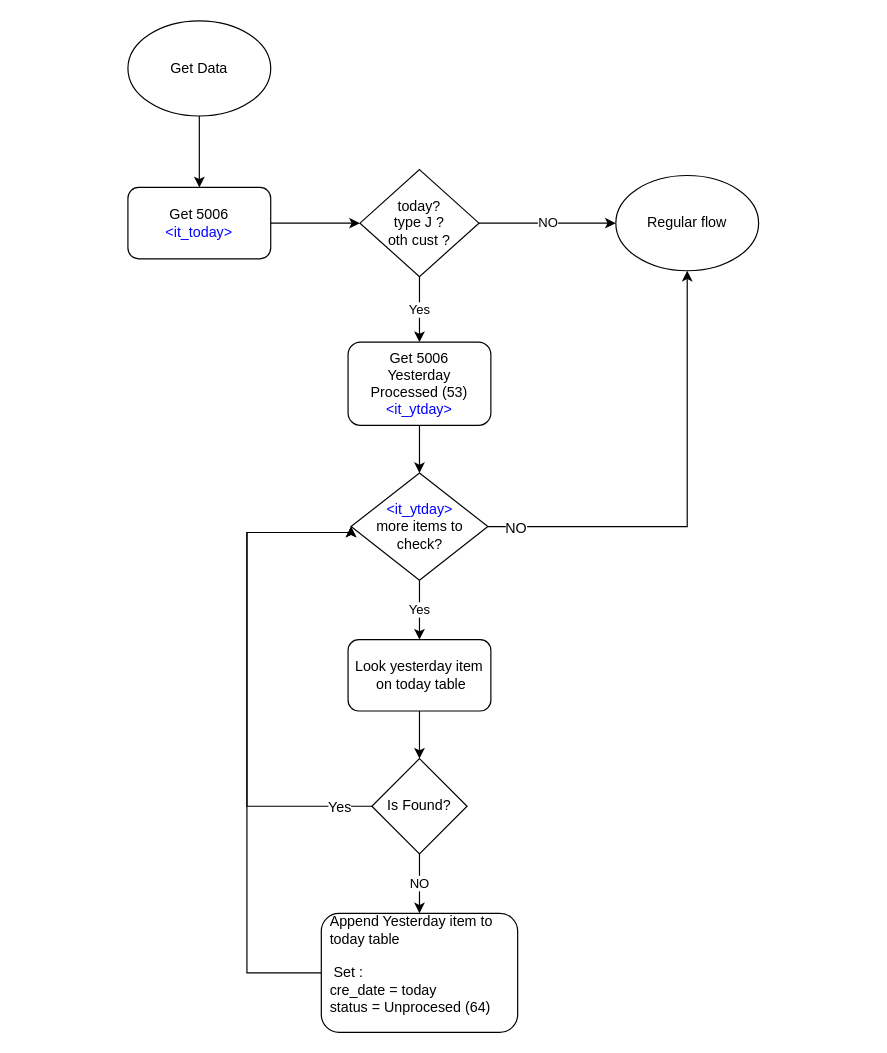
Before: Protection OthCust no info.drawio in renemaldonado/MMX, a draw.io diagram. Source tidied: cells renumbered, new cells numbered last; positions are measured from the earlier drawing's top-left corner, leaving out a move shared by most shapes. Both pictures are drawn from the tidied source at 119%, with x=0, y=0 at pixel (127, 20).
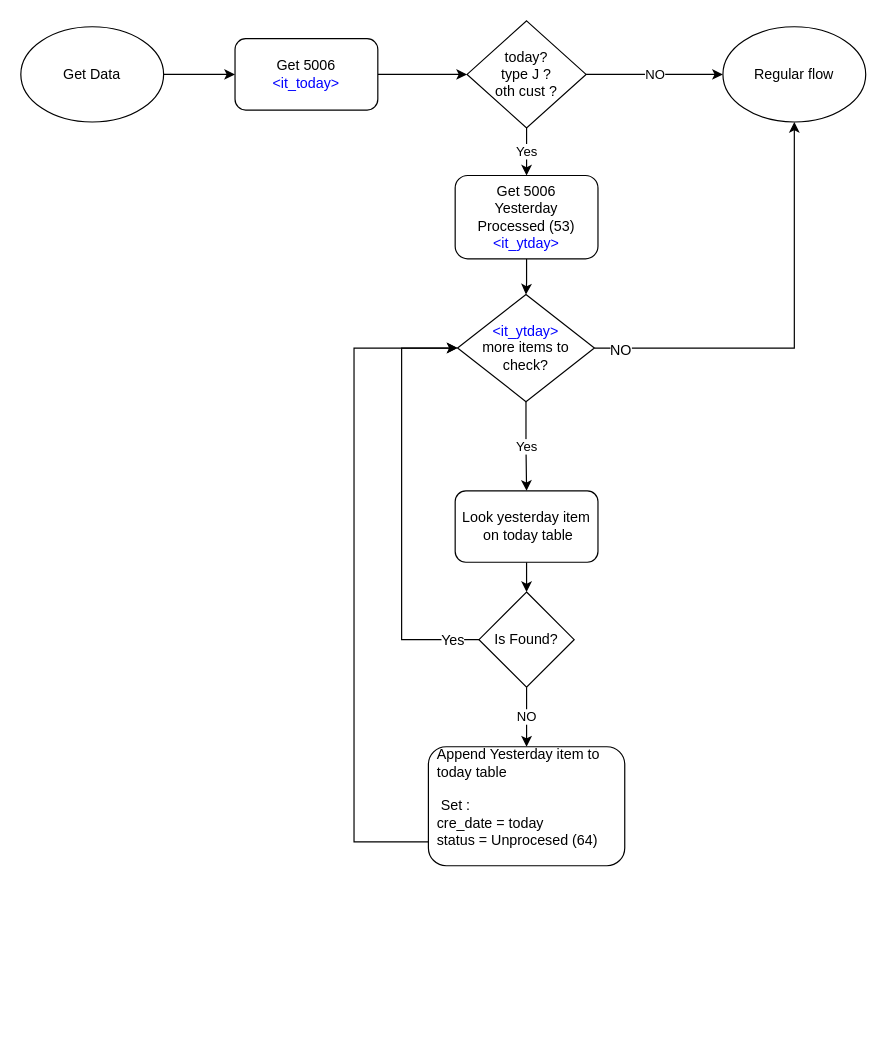
The same diagram, later.

Change to the diagram source:
```diff
@@
-    <mxCell id="2" style="edgeStyle=orthogonalEdgeStyle;rounded=0;jettySize=auto;html=1;entryX=0.5;entryY=0;entryDx=0;entryDy=0;" parent="1" edge="1" source="3" target="5">
+    <mxCell id="2" style="edgeStyle=orthogonalEdgeStyle;rounded=0;jettySize=auto;html=1;" parent="1" edge="1" source="3" target="5">
       <mxGeometry relative="1" as="geometry" />
     </mxCell>
     <mxCell id="3" value="Get Data" style="ellipse;whiteSpace=wrap;html=1;" parent="1" vertex="1">
-      <mxGeometry width="120" height="80" as="geometry" />
+      <mxGeometry x="-90" y="5" width="120" height="80" as="geometry" />
     </mxCell>
@@
     <mxCell id="5" value="Get 5006&lt;br&gt;&lt;font color=&quot;#0000ff&quot;&gt;&amp;lt;it_today&amp;gt;&lt;/font&gt;&lt;br&gt;" style="rounded=1;whiteSpace=wrap;html=1;" parent="1" vertex="1">
-      <mxGeometry y="140" width="120" height="60" as="geometry" />
+      <mxGeometry x="90" y="15" width="120" height="60" as="geometry" />
     </mxCell>
@@
     <mxCell id="8" value="today?&lt;br&gt;type J ?&lt;br&gt;oth cust ?&lt;br&gt;" style="rhombus;whiteSpace=wrap;html=1;" parent="1" vertex="1">
-      <mxGeometry x="195" y="125" width="100" height="90" as="geometry" />
+      <mxGeometry x="285" width="100" height="90" as="geometry" />
     </mxCell>
     <mxCell id="9" value="Regular flow" style="ellipse;whiteSpace=wrap;html=1;" parent="1" vertex="1">
-      <mxGeometry x="410" y="130" width="120" height="80" as="geometry" />
+      <mxGeometry x="500" y="5" width="120" height="80" as="geometry" />
     </mxCell>
@@
     <mxCell id="11" value="Get 5006&lt;br&gt;Yesterday&lt;br&gt;Processed (53)&lt;br&gt;&lt;font color=&quot;#0000ff&quot;&gt;&amp;lt;it_ytday&amp;gt;&lt;/font&gt;&lt;br&gt;" style="rounded=1;whiteSpace=wrap;html=1;" parent="1" vertex="1">
-      <mxGeometry x="185" y="270" width="120" height="70" as="geometry" />
+      <mxGeometry x="275" y="130" width="120" height="70" as="geometry" />
     </mxCell>
@@
     <mxCell id="15" value="&lt;font color=&quot;#0000ff&quot;&gt;&amp;lt;it_ytday&amp;gt;&lt;/font&gt;&lt;br&gt;more items to check?" style="rhombus;whiteSpace=wrap;html=1;" parent="1" vertex="1">
-      <mxGeometry x="187.5" y="380" width="115" height="90" as="geometry" />
+      <mxGeometry x="277" y="230" width="115" height="90" as="geometry" />
     </mxCell>
@@
     <mxCell id="17" value="Look yesterday item &lt;br&gt;&amp;nbsp;on today table" style="rounded=1;whiteSpace=wrap;html=1;" parent="1" vertex="1">
-      <mxGeometry x="185" y="520" width="120" height="60" as="geometry" />
+      <mxGeometry x="275" y="395" width="120" height="60" as="geometry" />
     </mxCell>
-    <mxCell id="18" style="edgeStyle=orthogonalEdgeStyle;rounded=0;jettySize=auto;html=1;entryX=0;entryY=0.5;entryDx=0;entryDy=0;" parent="1" edge="1" source="21" target="15">
+    <mxCell id="18" style="edgeStyle=orthogonalEdgeStyle;rounded=0;jettySize=auto;html=1;exitX=0;exitY=0.5;exitDx=0;exitDy=0;" parent="1" edge="1" source="21" target="15">
       <mxGeometry relative="1" as="geometry">
         <Array as="points">
-          <mxPoint x="100" y="660" />
-          <mxPoint x="100" y="430" />
+          <mxPoint x="230" y="520" />
+          <mxPoint x="230" y="275" />
         </Array>
       </mxGeometry>
     </mxCell>
@@
     <mxCell id="21" value="Is Found?" style="rhombus;whiteSpace=wrap;html=1;" parent="1" vertex="1">
-      <mxGeometry x="205" y="620" width="80" height="80" as="geometry" />
+      <mxGeometry x="295" y="480" width="80" height="80" as="geometry" />
     </mxCell>
     <mxCell id="22" style="edgeStyle=orthogonalEdgeStyle;rounded=0;jettySize=auto;html=1;entryX=0;entryY=0.5;entryDx=0;entryDy=0;" parent="1" edge="1" source="23" target="15">
       <mxGeometry relative="1" as="geometry">
         <Array as="points">
-          <mxPoint x="100" y="800" />
-          <mxPoint x="100" y="430" />
+          <mxPoint x="190" y="690" />
+          <mxPoint x="190" y="275" />
         </Array>
       </mxGeometry>
     </mxCell>
     <mxCell id="23" value="Append Yesterday item to today table&lt;br&gt;&lt;br&gt;&amp;nbsp;Set :&amp;nbsp;&lt;br&gt;cre_date = today&lt;br&gt;status = Unprocesed (64)&lt;br&gt;&lt;br&gt;" style="rounded=1;whiteSpace=wrap;html=1;spacingTop=0;spacing=5;spacingLeft=2;align=left;" parent="1" vertex="1">
-      <mxGeometry x="162.5" y="750" width="165" height="100" as="geometry" />
+      <mxGeometry x="252.5" y="610" width="165" height="100" as="geometry" />
     </mxCell>
```
